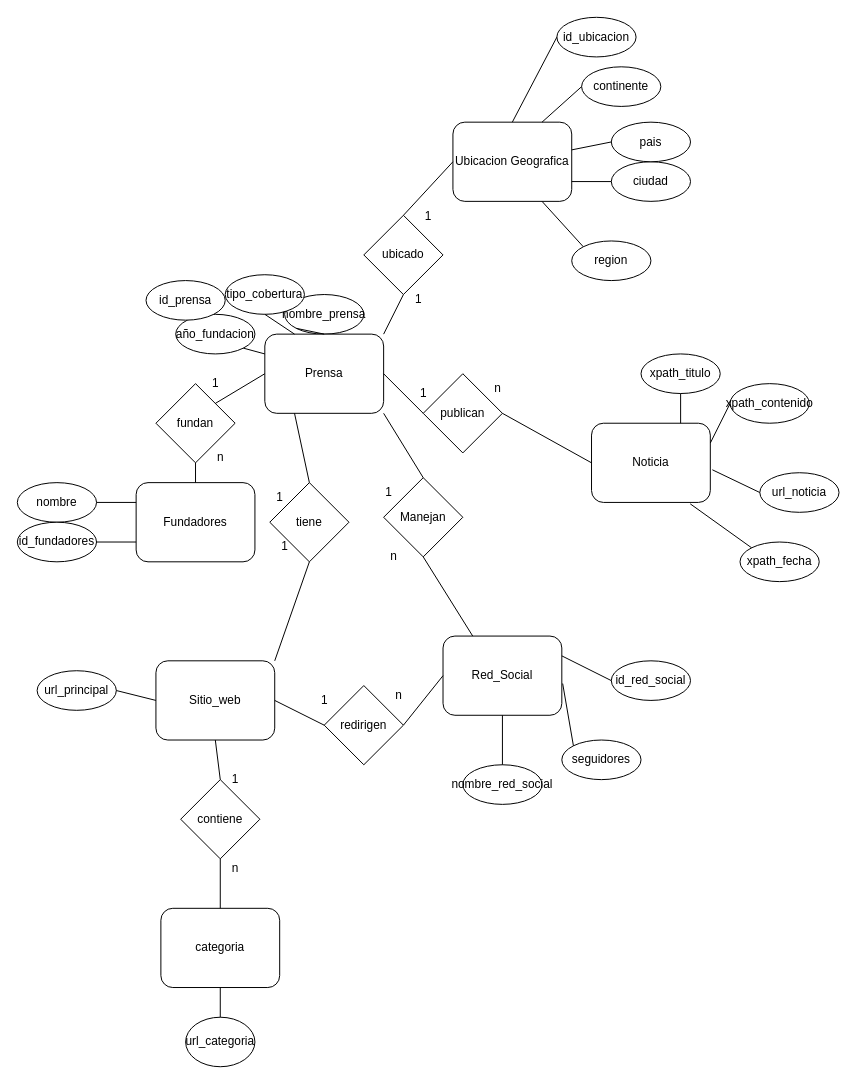
The draw.io diagram Parte-A/CubaMedios2.drawio in Paskiben/INFO133-equipo12, before the edit. Source tidied: cells renumbered, new cells numbered last; positions are measured from the earlier drawing's top-left corner, leaving out a move shared by most shapes. Both pictures are drawn from the tidied source at 99%, with x=0, y=0 at pixel (17, 17).
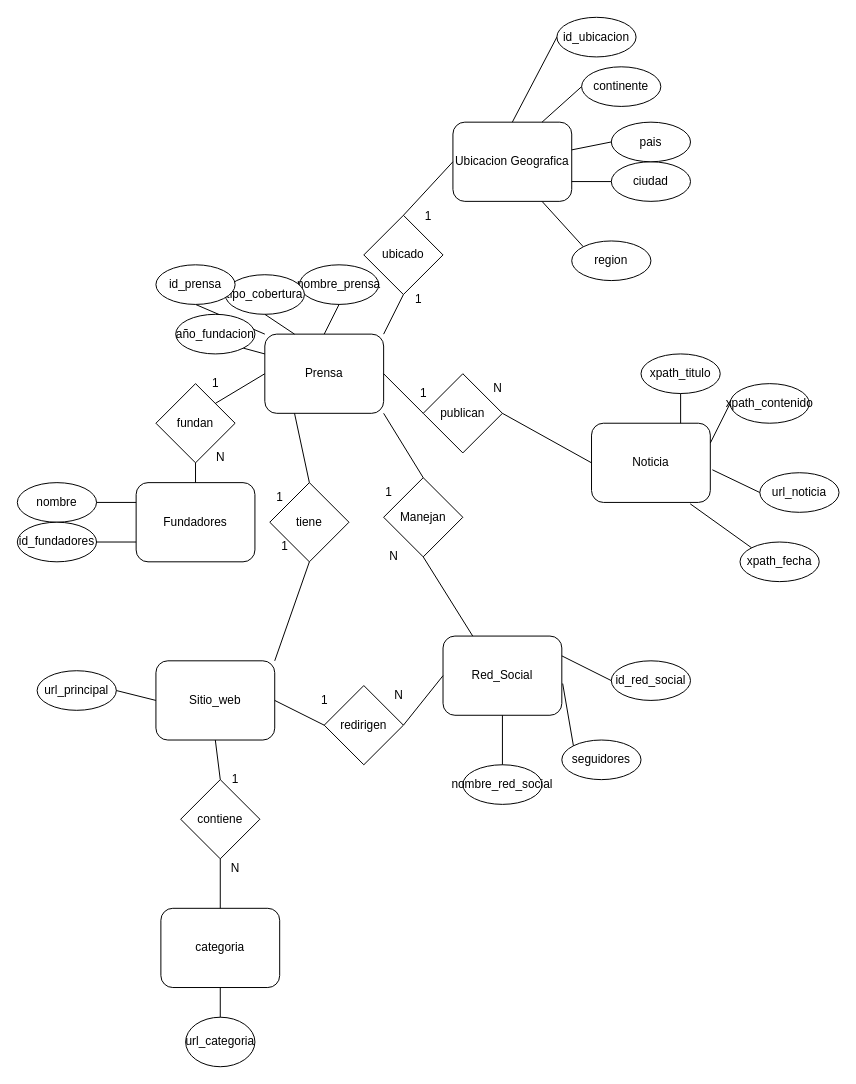
Above is the later version.

Unchanged cells that the change refers to:
```xml
<mxCell id="10" value="Prensa" style="rounded=1;whiteSpace=wrap;html=1;" parent="1" vertex="1">
  <mxGeometry x="250" y="320" width="120" height="80" as="geometry" />
</mxCell>
```

Change to the diagram source:
```diff
@@
+    <mxCell id="84" style="endArrow=none;html=1;exitX=0.5;exitY=1;exitDx=0;exitDy=0;entryX=0;entryY=0;entryDx=0;entryDy=0;" parent="1" edge="1" source="81" target="10">
+      <mxGeometry relative="1" as="geometry" />
+    </mxCell>
     <mxCell id="2" value="nombre_prensa" style="ellipse;whiteSpace=wrap;html=1;" parent="1" vertex="1">
-      <mxGeometry x="270" y="280" width="80" height="40" as="geometry" />
+      <mxGeometry x="285" y="250" width="80" height="40" as="geometry" />
     </mxCell>
@@
-    <mxCell id="24" style="endArrow=none;html=1;entryX=0;entryY=1;entryDx=0;entryDy=0;exitX=0.5;exitY=0;exitDx=0;exitDy=0;" parent="1" edge="1" source="10" target="2">
+    <mxCell id="24" style="endArrow=none;html=1;entryX=0.5;entryY=1;entryDx=0;entryDy=0;exitX=0.5;exitY=0;exitDx=0;exitDy=0;" parent="1" edge="1" source="10" target="2">
       <mxGeometry relative="1" as="geometry" />
     </mxCell>
@@
-    <mxCell id="39" value="n" style="text;html=1;align=center;verticalAlign=middle;strokeColor=none;fillColor=none;" parent="1" vertex="1">
+    <mxCell id="39" value="N" style="text;html=1;align=center;verticalAlign=middle;strokeColor=none;fillColor=none;" parent="1" vertex="1">
       <mxGeometry x="190" y="430" width="30" height="30" as="geometry" />
     </mxCell>
@@
-    <mxCell id="43" value="n" style="text;html=1;align=center;verticalAlign=middle;strokeColor=none;fillColor=none;" parent="1" vertex="1">
+    <mxCell id="43" value="N" style="text;html=1;align=center;verticalAlign=middle;strokeColor=none;fillColor=none;" parent="1" vertex="1">
       <mxGeometry x="365" y="530" width="30" height="30" as="geometry" />
     </mxCell>
@@
-    <mxCell id="55" value="n" style="text;html=1;align=center;verticalAlign=middle;strokeColor=none;fillColor=none;" parent="1" vertex="1">
+    <mxCell id="55" value="N" style="text;html=1;align=center;verticalAlign=middle;strokeColor=none;fillColor=none;" parent="1" vertex="1">
       <mxGeometry x="470" y="360" width="30" height="30" as="geometry" />
     </mxCell>
@@
-    <mxCell id="70" value="n" style="text;html=1;align=center;verticalAlign=middle;strokeColor=none;fillColor=none;" parent="1" vertex="1">
+    <mxCell id="70" value="N" style="text;html=1;align=center;verticalAlign=middle;strokeColor=none;fillColor=none;" parent="1" vertex="1">
       <mxGeometry x="370" y="670" width="30" height="30" as="geometry" />
     </mxCell>
@@
-    <mxCell id="75" value="n" style="text;html=1;align=center;verticalAlign=middle;strokeColor=none;fillColor=none;" parent="1" vertex="1">
+    <mxCell id="75" value="N" style="text;html=1;align=center;verticalAlign=middle;strokeColor=none;fillColor=none;" parent="1" vertex="1">
       <mxGeometry x="205" y="845" width="30" height="30" as="geometry" />
     </mxCell>
@@
     <mxCell id="81" value="id_prensa" style="ellipse;whiteSpace=wrap;html=1;" parent="1" vertex="1">
-      <mxGeometry x="130" y="265.9" width="80" height="40" as="geometry" />
+      <mxGeometry x="140" y="250" width="80" height="40" as="geometry" />
     </mxCell>
```
